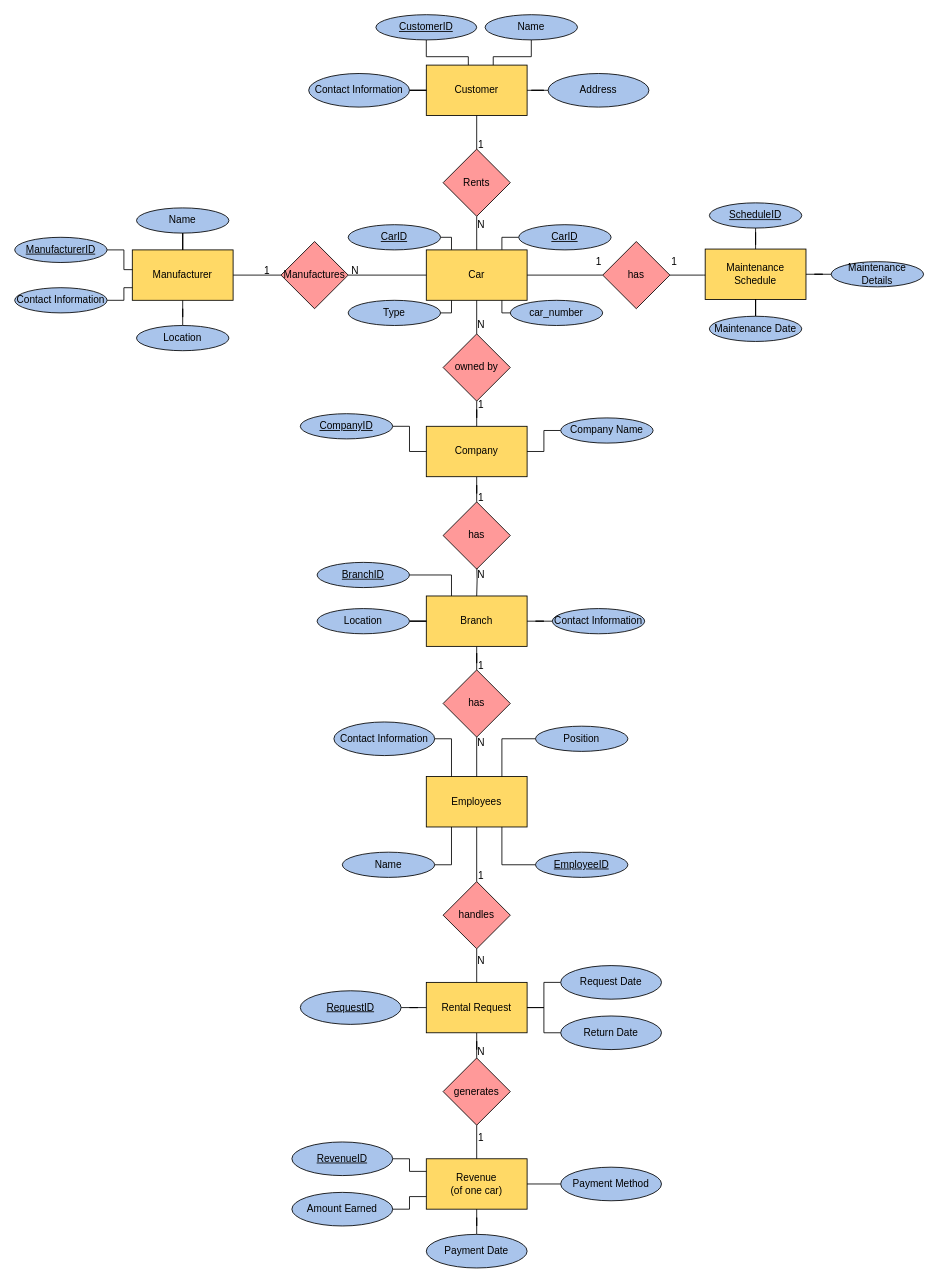
Before: DBMSL/CarRental.drawio in onkar69483/LabCodes, a draw.io diagram. Source tidied: cells renumbered, new cells numbered last; positions are measured from the earlier drawing's top-left corner, leaving out a move shared by most shapes. Both pictures are drawn from the tidied source at 84%, with x=0, y=0 at pixel (14, 14).
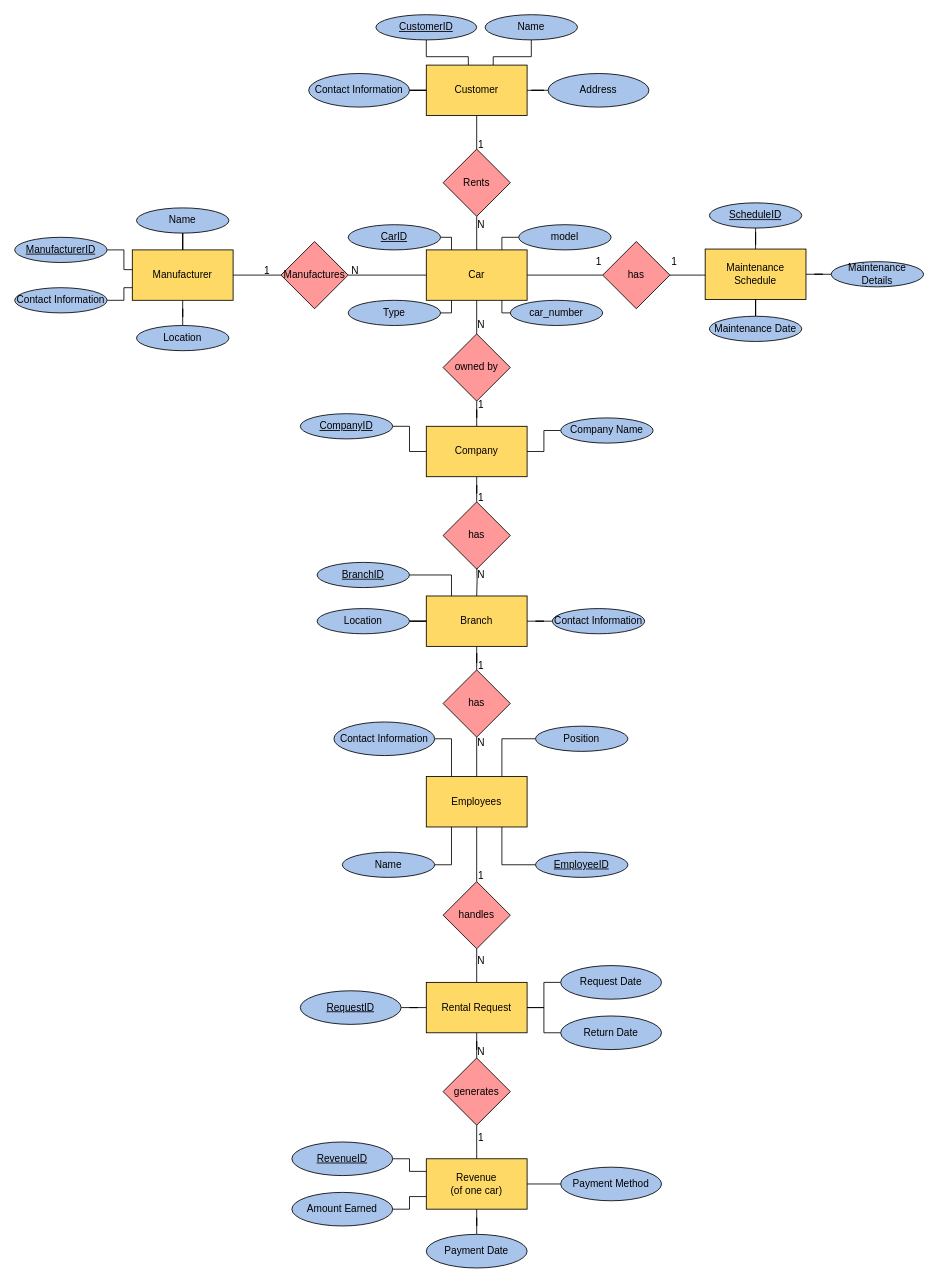
Above is the later version.

Diff of the diagram source:
```diff
@@
-    <mxCell id="60" value="&lt;u&gt;CarID &lt;/u&gt;" style="ellipse;whiteSpace=wrap;html=1;fillColor=#A9C4EB;" parent="1" vertex="1">
+    <mxCell id="60" value="&lt;span&gt;model&lt;/span&gt;" style="ellipse;whiteSpace=wrap;html=1;fillColor=#A9C4EB;fontStyle=0;" parent="1" vertex="1">
       <mxGeometry x="600" y="250" width="110" height="30" as="geometry" />
     </mxCell>
```
